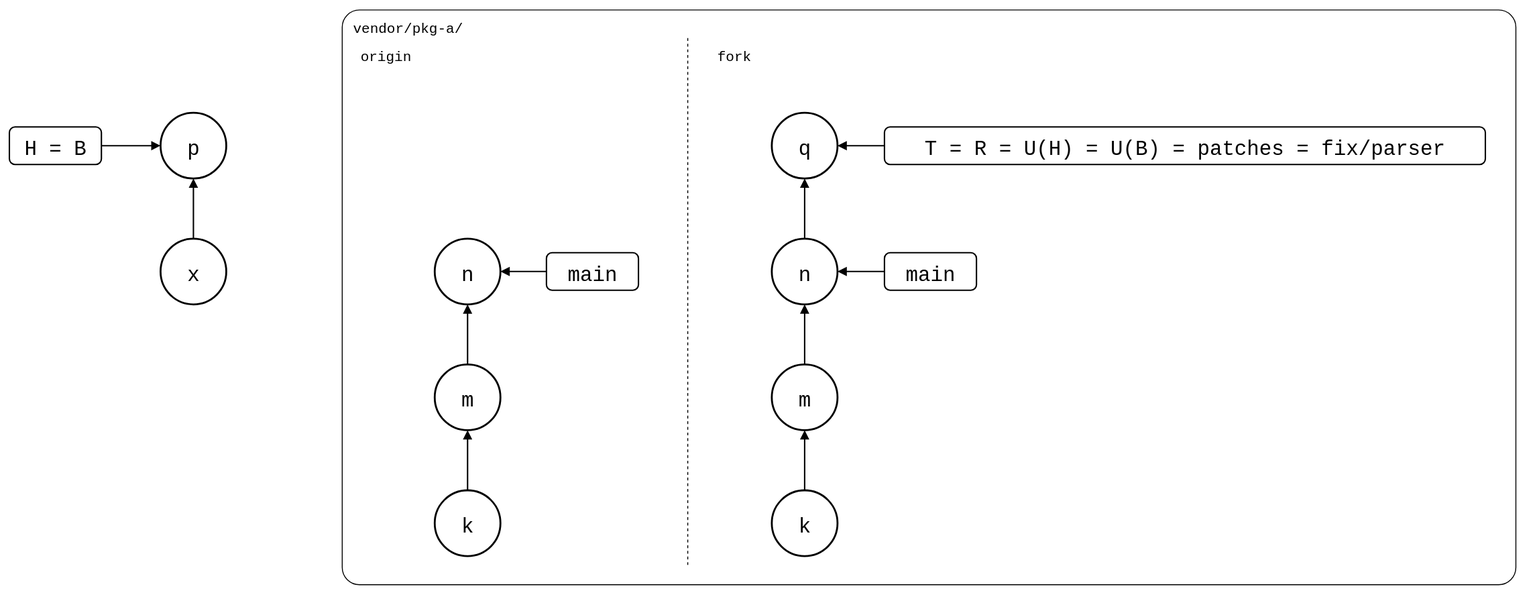
roschaefer/git-splice keeps this draw.io diagram as test/walkthrough/fork.drawio.svg. Above is the earlier version. Source tidied: cells renumbered, new cells last; positions are measured from the earlier drawing's top-left corner, leaving out a move shared by most shapes. Its diagram source:
```xml
<mxGraphModel background="#ffffff">
  <root>
    <mxCell id="0" />
    <mxCell id="1" parent="0" />
    <mxCell id="2" value="vendor/pkg-a/" style="rounded=1;arcSize=3;fillColor=none;strokeWidth=1;fontSize=15;verticalAlign=top;align=left;spacingLeft=10;spacingTop=4;fontFamily=Roboto Mono,monospace;" parent="1" vertex="1">
      <mxGeometry x="354" width="1250" height="612" as="geometry" />
    </mxCell>
    <mxCell id="3" style="line;direction=south;dashed=1;strokeWidth=1;" parent="1" vertex="1">
      <mxGeometry x="712" y="30" width="20" height="562" as="geometry" />
    </mxCell>
    <mxCell id="4" value="origin" style="text;fontSize=15;align=left;verticalAlign=top;fontFamily=Roboto Mono,monospace;" parent="1" vertex="1">
      <mxGeometry x="372" y="34" width="120" height="24" as="geometry" />
    </mxCell>
    <mxCell id="5" value="fork" style="text;fontSize=15;align=left;verticalAlign=top;fontFamily=Roboto Mono,monospace;" parent="1" vertex="1">
      <mxGeometry x="752" y="34" width="120" height="24" as="geometry" />
    </mxCell>
    <mxCell id="6" value="p" style="ellipse;strokeWidth=2;fontSize=22;fontFamily=Roboto Mono,monospace;" parent="1" vertex="1">
      <mxGeometry x="161" y="110" width="70" height="70" as="geometry" />
    </mxCell>
    <mxCell id="7" value="x" style="ellipse;strokeWidth=2;fontSize=22;fontFamily=Roboto Mono,monospace;" parent="1" vertex="1">
      <mxGeometry x="161" y="244" width="70" height="70" as="geometry" />
    </mxCell>
    <mxCell id="8" value="H = B" style="rounded=1;strokeWidth=1.5;fontSize=22;fontFamily=Roboto Mono,monospace;" parent="1" vertex="1">
      <mxGeometry y="125" width="98" height="40" as="geometry" />
    </mxCell>
    <mxCell id="9" style="endArrow=block;endFill=1;html=1;strokeWidth=1.5;rounded=0;" parent="1" edge="1" source="8" target="6">
      <mxGeometry relative="1" as="geometry" />
    </mxCell>
    <mxCell id="10" style="endArrow=block;endFill=1;html=1;strokeWidth=1.5;rounded=0;" parent="1" edge="1" source="7" target="6">
      <mxGeometry relative="1" as="geometry" />
    </mxCell>
    <mxCell id="11" value="n" style="ellipse;strokeWidth=2;fontSize=22;fontFamily=Roboto Mono,monospace;" parent="1" vertex="1">
      <mxGeometry x="453" y="244" width="70" height="70" as="geometry" />
    </mxCell>
    <mxCell id="12" value="m" style="ellipse;strokeWidth=2;fontSize=22;fontFamily=Roboto Mono,monospace;" parent="1" vertex="1">
      <mxGeometry x="453" y="378" width="70" height="70" as="geometry" />
    </mxCell>
    <mxCell id="13" value="k" style="ellipse;strokeWidth=2;fontSize=22;fontFamily=Roboto Mono,monospace;" parent="1" vertex="1">
      <mxGeometry x="453" y="512" width="70" height="70" as="geometry" />
    </mxCell>
    <mxCell id="14" style="endArrow=block;endFill=1;html=1;strokeWidth=1.5;rounded=0;" parent="1" edge="1" source="13" target="12">
      <mxGeometry relative="1" as="geometry" />
    </mxCell>
    <mxCell id="15" style="endArrow=block;endFill=1;html=1;strokeWidth=1.5;rounded=0;" parent="1" edge="1" source="12" target="11">
      <mxGeometry relative="1" as="geometry" />
    </mxCell>
    <mxCell id="16" value="main" style="rounded=1;strokeWidth=1.5;fontSize=22;fontFamily=Roboto Mono,monospace;" parent="1" vertex="1">
      <mxGeometry x="572" y="259" width="98" height="40" as="geometry" />
    </mxCell>
    <mxCell id="17" style="endArrow=block;endFill=1;html=1;strokeWidth=1.5;rounded=0;" parent="1" edge="1" source="16" target="11">
      <mxGeometry relative="1" as="geometry" />
    </mxCell>
    <mxCell id="18" value="q" style="ellipse;strokeWidth=2;fontSize=22;fontFamily=Roboto Mono,monospace;" parent="1" vertex="1">
      <mxGeometry x="812" y="110" width="70" height="70" as="geometry" />
    </mxCell>
    <mxCell id="19" value="n" style="ellipse;strokeWidth=2;fontSize=22;fontFamily=Roboto Mono,monospace;" parent="1" vertex="1">
      <mxGeometry x="812" y="244" width="70" height="70" as="geometry" />
    </mxCell>
    <mxCell id="20" value="m" style="ellipse;strokeWidth=2;fontSize=22;fontFamily=Roboto Mono,monospace;" parent="1" vertex="1">
      <mxGeometry x="812" y="378" width="70" height="70" as="geometry" />
    </mxCell>
    <mxCell id="21" value="k" style="ellipse;strokeWidth=2;fontSize=22;fontFamily=Roboto Mono,monospace;" parent="1" vertex="1">
      <mxGeometry x="812" y="512" width="70" height="70" as="geometry" />
    </mxCell>
    <mxCell id="22" style="endArrow=block;endFill=1;html=1;strokeWidth=1.5;rounded=0;" parent="1" edge="1" source="21" target="20">
      <mxGeometry relative="1" as="geometry" />
    </mxCell>
    <mxCell id="23" style="endArrow=block;endFill=1;html=1;strokeWidth=1.5;rounded=0;" parent="1" edge="1" source="20" target="19">
      <mxGeometry relative="1" as="geometry" />
    </mxCell>
    <mxCell id="24" style="endArrow=block;endFill=1;html=1;strokeWidth=1.5;rounded=0;" parent="1" edge="1" source="19" target="18">
      <mxGeometry relative="1" as="geometry" />
    </mxCell>
    <mxCell id="25" value="main" style="rounded=1;strokeWidth=1.5;fontSize=22;fontFamily=Roboto Mono,monospace;" parent="1" vertex="1">
      <mxGeometry x="932" y="259" width="98" height="40" as="geometry" />
    </mxCell>
    <mxCell id="26" style="endArrow=block;endFill=1;html=1;strokeWidth=1.5;rounded=0;" parent="1" edge="1" source="25" target="19">
      <mxGeometry relative="1" as="geometry" />
    </mxCell>
    <mxCell id="27" value="T = R = U(H) = U(B) = patches = fix/parser" style="rounded=1;strokeWidth=1.5;fontSize=22;fontFamily=Roboto Mono,monospace;" parent="1" vertex="1">
      <mxGeometry x="932" y="125" width="640" height="40" as="geometry" />
    </mxCell>
    <mxCell id="28" style="endArrow=block;endFill=1;html=1;strokeWidth=1.5;rounded=0;" parent="1" edge="1" source="27" target="18">
      <mxGeometry relative="1" as="geometry" />
    </mxCell>
  </root>
</mxGraphModel>
```
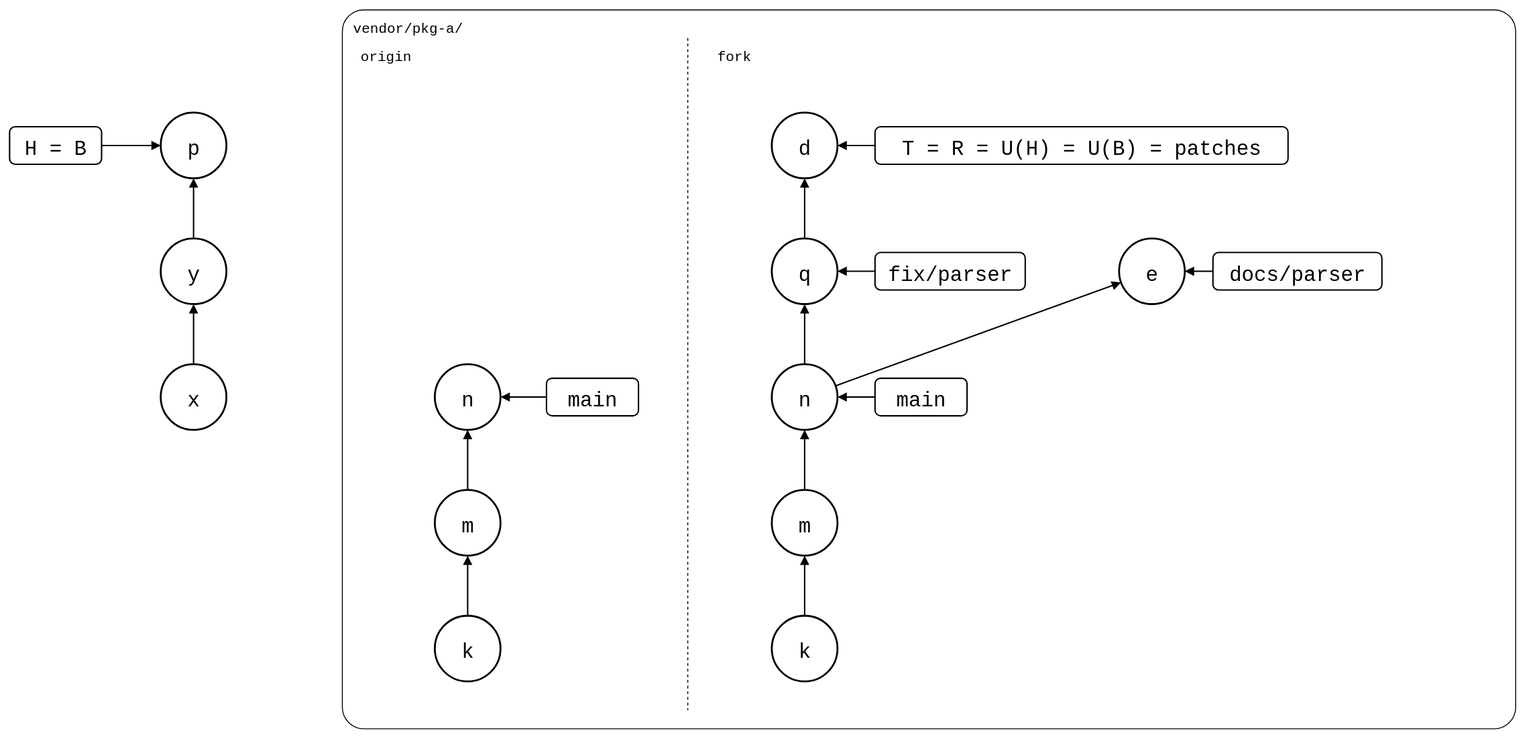
Later version of the same file.

Commit message:
docs(walkthrough): follow two changes through a fork, and one merge back

What changed in the source:
```diff
@@ -3,85 +3,115 @@
     <mxCell id="0" />
     <mxCell id="1" parent="0" />
     <mxCell id="2" value="vendor/pkg-a/" style="rounded=1;arcSize=3;fillColor=none;strokeWidth=1;fontSize=15;verticalAlign=top;align=left;spacingLeft=10;spacingTop=4;fontFamily=Roboto Mono,monospace;" parent="1" vertex="1">
-      <mxGeometry x="354" width="1250" height="612" as="geometry" />
+      <mxGeometry x="354" y="-134" width="1250" height="766" as="geometry" />
     </mxCell>
     <mxCell id="3" style="line;direction=south;dashed=1;strokeWidth=1;" parent="1" vertex="1">
-      <mxGeometry x="712" y="30" width="20" height="562" as="geometry" />
+      <mxGeometry x="712" y="-104" width="20" height="716" as="geometry" />
     </mxCell>
     <mxCell id="4" value="origin" style="text;fontSize=15;align=left;verticalAlign=top;fontFamily=Roboto Mono,monospace;" parent="1" vertex="1">
-      <mxGeometry x="372" y="34" width="120" height="24" as="geometry" />
+      <mxGeometry x="372" y="-100" width="120" height="24" as="geometry" />
     </mxCell>
     <mxCell id="5" value="fork" style="text;fontSize=15;align=left;verticalAlign=top;fontFamily=Roboto Mono,monospace;" parent="1" vertex="1">
-      <mxGeometry x="752" y="34" width="120" height="24" as="geometry" />
+      <mxGeometry x="752" y="-100" width="120" height="24" as="geometry" />
     </mxCell>
     <mxCell id="6" value="p" style="ellipse;strokeWidth=2;fontSize=22;fontFamily=Roboto Mono,monospace;" parent="1" vertex="1">
-      <mxGeometry x="161" y="110" width="70" height="70" as="geometry" />
+      <mxGeometry x="161" y="-24" width="70" height="70" as="geometry" />
     </mxCell>
+    <mxCell id="29" value="y" style="ellipse;strokeWidth=2;fontSize=22;fontFamily=Roboto Mono,monospace;" parent="1" vertex="1">
+      <mxGeometry x="161" y="110" width="70" height="70" as="geometry" />
+    </mxCell>
     <mxCell id="7" value="x" style="ellipse;strokeWidth=2;fontSize=22;fontFamily=Roboto Mono,monospace;" parent="1" vertex="1">
       <mxGeometry x="161" y="244" width="70" height="70" as="geometry" />
     </mxCell>
+    <mxCell id="30" style="endArrow=block;endFill=1;html=1;strokeWidth=1.5;rounded=0;" parent="1" edge="1" source="7" target="29">
+      <mxGeometry relative="1" as="geometry" />
+    </mxCell>
+    <mxCell id="31" style="endArrow=block;endFill=1;html=1;strokeWidth=1.5;rounded=0;" parent="1" edge="1" source="29" target="6">
+      <mxGeometry relative="1" as="geometry" />
+    </mxCell>
     <mxCell id="8" value="H = B" style="rounded=1;strokeWidth=1.5;fontSize=22;fontFamily=Roboto Mono,monospace;" parent="1" vertex="1">
-      <mxGeometry y="125" width="98" height="40" as="geometry" />
+      <mxGeometry y="-9" width="98" height="40" as="geometry" />
     </mxCell>
     <mxCell id="9" style="endArrow=block;endFill=1;html=1;strokeWidth=1.5;rounded=0;" parent="1" edge="1" source="8" target="6">
       <mxGeometry relative="1" as="geometry" />
     </mxCell>
-    <mxCell id="10" style="endArrow=block;endFill=1;html=1;strokeWidth=1.5;rounded=0;" parent="1" edge="1" source="7" target="6">
-      <mxGeometry relative="1" as="geometry" />
-    </mxCell>
+    <mxCell id="13" value="k" style="ellipse;strokeWidth=2;fontSize=22;fontFamily=Roboto Mono,monospace;" parent="1" vertex="1">
+      <mxGeometry x="453" y="512" width="70" height="70" as="geometry" />
+    </mxCell>
+    <mxCell id="12" value="m" style="ellipse;strokeWidth=2;fontSize=22;fontFamily=Roboto Mono,monospace;" parent="1" vertex="1">
+      <mxGeometry x="453" y="378" width="70" height="70" as="geometry" />
+    </mxCell>
+    <mxCell id="14" style="endArrow=block;endFill=1;html=1;strokeWidth=1.5;rounded=0;" parent="1" edge="1" source="13" target="12">
+      <mxGeometry relative="1" as="geometry" />
+    </mxCell>
     <mxCell id="11" value="n" style="ellipse;strokeWidth=2;fontSize=22;fontFamily=Roboto Mono,monospace;" parent="1" vertex="1">
       <mxGeometry x="453" y="244" width="70" height="70" as="geometry" />
     </mxCell>
-    <mxCell id="12" value="m" style="ellipse;strokeWidth=2;fontSize=22;fontFamily=Roboto Mono,monospace;" parent="1" vertex="1">
-      <mxGeometry x="453" y="378" width="70" height="70" as="geometry" />
-    </mxCell>
-    <mxCell id="13" value="k" style="ellipse;strokeWidth=2;fontSize=22;fontFamily=Roboto Mono,monospace;" parent="1" vertex="1">
-      <mxGeometry x="453" y="512" width="70" height="70" as="geometry" />
-    </mxCell>
-    <mxCell id="14" style="endArrow=block;endFill=1;html=1;strokeWidth=1.5;rounded=0;" parent="1" edge="1" source="13" target="12">
-      <mxGeometry relative="1" as="geometry" />
-    </mxCell>
     <mxCell id="15" style="endArrow=block;endFill=1;html=1;strokeWidth=1.5;rounded=0;" parent="1" edge="1" source="12" target="11">
       <mxGeometry relative="1" as="geometry" />
     </mxCell>
-    <mxCell id="16" value="main" style="rounded=1;strokeWidth=1.5;fontSize=22;fontFamily=Roboto Mono,monospace;" parent="1" vertex="1">
-      <mxGeometry x="572" y="259" width="98" height="40" as="geometry" />
-    </mxCell>
-    <mxCell id="17" style="endArrow=block;endFill=1;html=1;strokeWidth=1.5;rounded=0;" parent="1" edge="1" source="16" target="11">
-      <mxGeometry relative="1" as="geometry" />
-    </mxCell>
+    <mxCell id="32" value="main" style="rounded=1;strokeWidth=1.5;fontSize=22;fontFamily=Roboto Mono,monospace;" parent="1" vertex="1">
+      <mxGeometry x="572" y="259" width="98" height="40" as="geometry" />
+    </mxCell>
+    <mxCell id="33" style="endArrow=block;endFill=1;html=1;strokeWidth=1.5;rounded=0;" parent="1" edge="1" source="32" target="11">
+      <mxGeometry relative="1" as="geometry" />
+    </mxCell>
+    <mxCell id="21" value="k" style="ellipse;strokeWidth=2;fontSize=22;fontFamily=Roboto Mono,monospace;" parent="1" vertex="1">
+      <mxGeometry x="812" y="512" width="70" height="70" as="geometry" />
+    </mxCell>
+    <mxCell id="20" value="m" style="ellipse;strokeWidth=2;fontSize=22;fontFamily=Roboto Mono,monospace;" parent="1" vertex="1">
+      <mxGeometry x="812" y="378" width="70" height="70" as="geometry" />
+    </mxCell>
+    <mxCell id="22" style="endArrow=block;endFill=1;html=1;strokeWidth=1.5;rounded=0;" parent="1" edge="1" source="21" target="20">
+      <mxGeometry relative="1" as="geometry" />
+    </mxCell>
+    <mxCell id="19" value="n" style="ellipse;strokeWidth=2;fontSize=22;fontFamily=Roboto Mono,monospace;" parent="1" vertex="1">
+      <mxGeometry x="812" y="244" width="70" height="70" as="geometry" />
+    </mxCell>
+    <mxCell id="23" style="endArrow=block;endFill=1;html=1;strokeWidth=1.5;rounded=0;" parent="1" edge="1" source="20" target="19">
+      <mxGeometry relative="1" as="geometry" />
+    </mxCell>
+    <mxCell id="34" value="main" style="rounded=1;strokeWidth=1.5;fontSize=22;fontFamily=Roboto Mono,monospace;" parent="1" vertex="1">
+      <mxGeometry x="922" y="259" width="98" height="40" as="geometry" />
+    </mxCell>
+    <mxCell id="35" style="endArrow=block;endFill=1;html=1;strokeWidth=1.5;rounded=0;" parent="1" edge="1" source="34" target="19">
+      <mxGeometry relative="1" as="geometry" />
+    </mxCell>
     <mxCell id="18" value="q" style="ellipse;strokeWidth=2;fontSize=22;fontFamily=Roboto Mono,monospace;" parent="1" vertex="1">
       <mxGeometry x="812" y="110" width="70" height="70" as="geometry" />
     </mxCell>
-    <mxCell id="19" value="n" style="ellipse;strokeWidth=2;fontSize=22;fontFamily=Roboto Mono,monospace;" parent="1" vertex="1">
-      <mxGeometry x="812" y="244" width="70" height="70" as="geometry" />
-    </mxCell>
-    <mxCell id="20" value="m" style="ellipse;strokeWidth=2;fontSize=22;fontFamily=Roboto Mono,monospace;" parent="1" vertex="1">
-      <mxGeometry x="812" y="378" width="70" height="70" as="geometry" />
-    </mxCell>
-    <mxCell id="21" value="k" style="ellipse;strokeWidth=2;fontSize=22;fontFamily=Roboto Mono,monospace;" parent="1" vertex="1">
-      <mxGeometry x="812" y="512" width="70" height="70" as="geometry" />
-    </mxCell>
-    <mxCell id="22" style="endArrow=block;endFill=1;html=1;strokeWidth=1.5;rounded=0;" parent="1" edge="1" source="21" target="20">
-      <mxGeometry relative="1" as="geometry" />
-    </mxCell>
-    <mxCell id="23" style="endArrow=block;endFill=1;html=1;strokeWidth=1.5;rounded=0;" parent="1" edge="1" source="20" target="19">
-      <mxGeometry relative="1" as="geometry" />
-    </mxCell>
     <mxCell id="24" style="endArrow=block;endFill=1;html=1;strokeWidth=1.5;rounded=0;" parent="1" edge="1" source="19" target="18">
       <mxGeometry relative="1" as="geometry" />
     </mxCell>
-    <mxCell id="25" value="main" style="rounded=1;strokeWidth=1.5;fontSize=22;fontFamily=Roboto Mono,monospace;" parent="1" vertex="1">
-      <mxGeometry x="932" y="259" width="98" height="40" as="geometry" />
-    </mxCell>
-    <mxCell id="26" style="endArrow=block;endFill=1;html=1;strokeWidth=1.5;rounded=0;" parent="1" edge="1" source="25" target="19">
-      <mxGeometry relative="1" as="geometry" />
-    </mxCell>
+    <mxCell id="36" value="fix/parser" style="rounded=1;strokeWidth=1.5;fontSize=22;fontFamily=Roboto Mono,monospace;" parent="1" vertex="1">
+      <mxGeometry x="922" y="125" width="160" height="40" as="geometry" />
+    </mxCell>
+    <mxCell id="37" style="endArrow=block;endFill=1;html=1;strokeWidth=1.5;rounded=0;" parent="1" edge="1" source="36" target="18">
+      <mxGeometry relative="1" as="geometry" />
+    </mxCell>
+    <mxCell id="38" value="e" style="ellipse;strokeWidth=2;fontSize=22;fontFamily=Roboto Mono,monospace;" parent="1" vertex="1">
+      <mxGeometry x="1182" y="110" width="70" height="70" as="geometry" />
+    </mxCell>
+    <mxCell id="39" style="endArrow=block;endFill=1;html=1;strokeWidth=1.5;rounded=0;" parent="1" edge="1" source="19" target="38">
+      <mxGeometry relative="1" as="geometry" />
+    </mxCell>
+    <mxCell id="40" value="docs/parser" style="rounded=1;strokeWidth=1.5;fontSize=22;fontFamily=Roboto Mono,monospace;" parent="1" vertex="1">
+      <mxGeometry x="1282" y="125" width="180" height="40" as="geometry" />
+    </mxCell>
+    <mxCell id="41" style="endArrow=block;endFill=1;html=1;strokeWidth=1.5;rounded=0;" parent="1" edge="1" source="40" target="38">
+      <mxGeometry relative="1" as="geometry" />
+    </mxCell>
+    <mxCell id="42" value="d" style="ellipse;strokeWidth=2;fontSize=22;fontFamily=Roboto Mono,monospace;" parent="1" vertex="1">
+      <mxGeometry x="812" y="-24" width="70" height="70" as="geometry" />
+    </mxCell>
+    <mxCell id="43" style="endArrow=block;endFill=1;html=1;strokeWidth=1.5;rounded=0;" parent="1" edge="1" source="18" target="42">
+      <mxGeometry relative="1" as="geometry" />
+    </mxCell>
-    <mxCell id="27" value="T = R = U(H) = U(B) = patches = fix/parser" style="rounded=1;strokeWidth=1.5;fontSize=22;fontFamily=Roboto Mono,monospace;" parent="1" vertex="1">
-      <mxGeometry x="932" y="125" width="640" height="40" as="geometry" />
+    <mxCell id="27" value="T = R = U(H) = U(B) = patches" style="rounded=1;strokeWidth=1.5;fontSize=22;fontFamily=Roboto Mono,monospace;" parent="1" vertex="1">
+      <mxGeometry x="922" y="-9" width="440" height="40" as="geometry" />
     </mxCell>
-    <mxCell id="28" style="endArrow=block;endFill=1;html=1;strokeWidth=1.5;rounded=0;" parent="1" edge="1" source="27" target="18">
-      <mxGeometry relative="1" as="geometry" />
-    </mxCell>
+    <mxCell id="44" style="endArrow=block;endFill=1;html=1;strokeWidth=1.5;rounded=0;" parent="1" edge="1" source="27" target="42">
+      <mxGeometry relative="1" as="geometry" />
+    </mxCell>
   </root>
 </mxGraphModel>
```
